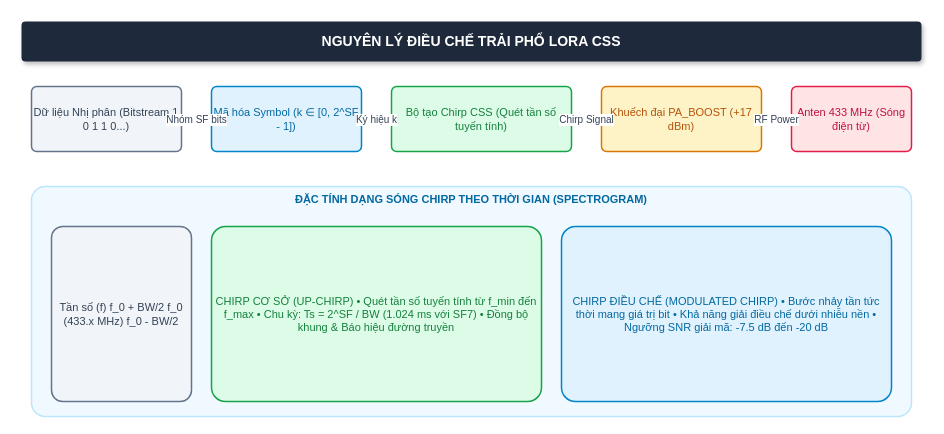
Brauuwu/LoRa_TinyML_Hopping keeps this draw.io diagram as page "02_nguyen_ly_dieu_che_lora_css" (2 of 13) of figs/full_project_diagrams.drawio. Above is the earlier version. Source tidied: cells renumbered, new cells numbered last; positions are measured from the earlier drawing's top-left corner, leaving out a move shared by most shapes. Both pictures are drawn from the tidied source at 100%, with x=0, y=0 at pixel (21, 21).
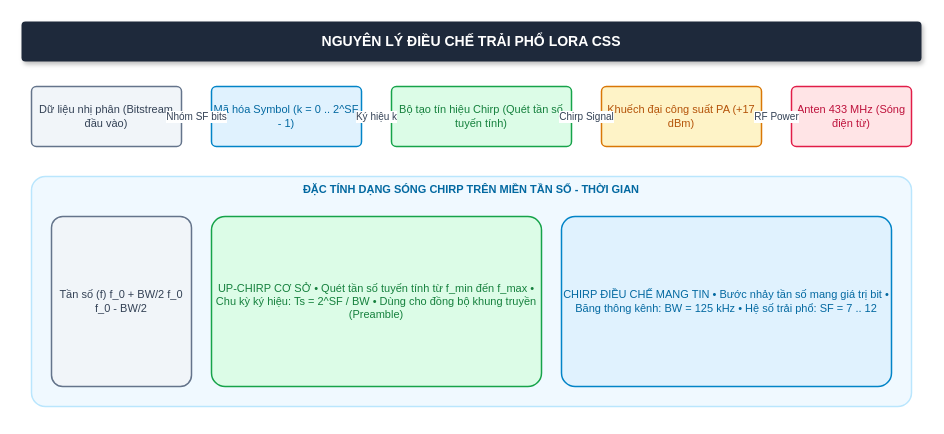
Above is the later version.

The edit, as a diff of the source:
```diff
@@
 <mxGraphModel background="#ffffff">
   <root>
     <mxCell id="0" />
     <mxCell id="1" parent="0" />
     <mxCell id="2" value="NGUYÊN LÝ ĐIỀU CHẾ TRẢI PHỔ LORA CSS" style="rounded=1;whiteSpace=wrap;html=1;fillColor=#1e293b;strokeColor=none;fontColor=#ffffff;fontStyle=1;fontSize=14;shadow=1;arcSize=10;" parent="1" vertex="1">
       <mxGeometry width="900" height="40" as="geometry" />
     </mxCell>
-    <mxCell id="3" value="Dữ liệu Nhị phân (Bitstream 1 0 1 1 0...)" style="rounded=1;whiteSpace=wrap;html=1;fillColor=#f1f5f9;strokeColor=#64748b;strokeWidth=1.5;fontColor=#334155;fontSize=11;arcSize=8;" parent="1" vertex="1">
-      <mxGeometry x="10" y="65" width="150" height="65" as="geometry" />
+    <mxCell id="3" value="Dữ liệu nhị phân (Bitstream đầu vào)" style="rounded=1;whiteSpace=wrap;html=1;fillColor=#f1f5f9;strokeColor=#64748b;strokeWidth=1.5;fontColor=#334155;fontSize=11;arcSize=8;" parent="1" vertex="1">
+      <mxGeometry x="10" y="65" width="150" height="60" as="geometry" />
     </mxCell>
-    <mxCell id="4" value="Mã hóa Symbol (k ∈ [0, 2^SF - 1])" style="rounded=1;whiteSpace=wrap;html=1;fillColor=#e0f2fe;strokeColor=#0284c7;strokeWidth=1.5;fontColor=#0369a1;fontSize=11;arcSize=8;" parent="1" vertex="1">
-      <mxGeometry x="190" y="65" width="150" height="65" as="geometry" />
+    <mxCell id="4" value="Mã hóa Symbol (k = 0 .. 2^SF - 1)" style="rounded=1;whiteSpace=wrap;html=1;fillColor=#e0f2fe;strokeColor=#0284c7;strokeWidth=1.5;fontColor=#0369a1;fontSize=11;arcSize=8;" parent="1" vertex="1">
+      <mxGeometry x="190" y="65" width="150" height="60" as="geometry" />
     </mxCell>
-    <mxCell id="5" value="Bộ tạo Chirp CSS (Quét tần số tuyến tính)" style="rounded=1;whiteSpace=wrap;html=1;fillColor=#dcfce7;strokeColor=#16a34a;strokeWidth=1.5;fontColor=#15803d;fontSize=11;arcSize=8;" parent="1" vertex="1">
-      <mxGeometry x="370" y="65" width="180" height="65" as="geometry" />
+    <mxCell id="5" value="Bộ tạo tín hiệu Chirp (Quét tần số tuyến tính)" style="rounded=1;whiteSpace=wrap;html=1;fillColor=#dcfce7;strokeColor=#16a34a;strokeWidth=1.5;fontColor=#15803d;fontSize=11;arcSize=8;" parent="1" vertex="1">
+      <mxGeometry x="370" y="65" width="180" height="60" as="geometry" />
     </mxCell>
-    <mxCell id="6" value="Khuếch đại PA_BOOST (+17 dBm)" style="rounded=1;whiteSpace=wrap;html=1;fillColor=#fef3c7;strokeColor=#d97706;strokeWidth=1.5;fontColor=#b45309;fontSize=11;arcSize=8;" parent="1" vertex="1">
-      <mxGeometry x="580" y="65" width="160" height="65" as="geometry" />
+    <mxCell id="6" value="Khuếch đại công suất PA (+17 dBm)" style="rounded=1;whiteSpace=wrap;html=1;fillColor=#fef3c7;strokeColor=#d97706;strokeWidth=1.5;fontColor=#b45309;fontSize=11;arcSize=8;" parent="1" vertex="1">
+      <mxGeometry x="580" y="65" width="160" height="60" as="geometry" />
     </mxCell>
     <mxCell id="7" value="Anten 433 MHz (Sóng điện từ)" style="rounded=1;whiteSpace=wrap;html=1;fillColor=#ffe4e6;strokeColor=#e11d48;strokeWidth=1.5;fontColor=#be123c;fontSize=11;arcSize=8;" parent="1" vertex="1">
-      <mxGeometry x="770" y="65" width="120" height="65" as="geometry" />
+      <mxGeometry x="770" y="65" width="120" height="60" as="geometry" />
     </mxCell>
     <mxCell id="8" value="Nhóm SF bits" style="edgeStyle=orthogonalEdgeStyle;rounded=1;jettySize=auto;html=1;strokeColor=#475569;strokeWidth=1.8;endArrow=block;endFill=1;fontColor=#334155;fontSize=10;" parent="1" edge="1" source="3" target="4">
       <mxGeometry relative="1" as="geometry" />
     </mxCell>
     <mxCell id="9" value="Ký hiệu k" style="edgeStyle=orthogonalEdgeStyle;rounded=1;jettySize=auto;html=1;strokeColor=#475569;strokeWidth=1.8;endArrow=block;endFill=1;fontColor=#334155;fontSize=10;" parent="1" edge="1" source="4" target="5">
       <mxGeometry relative="1" as="geometry" />
     </mxCell>
     <mxCell id="10" value="Chirp Signal" style="edgeStyle=orthogonalEdgeStyle;rounded=1;jettySize=auto;html=1;strokeColor=#475569;strokeWidth=1.8;endArrow=block;endFill=1;fontColor=#334155;fontSize=10;" parent="1" edge="1" source="5" target="6">
       <mxGeometry relative="1" as="geometry" />
     </mxCell>
     <mxCell id="11" value="RF Power" style="edgeStyle=orthogonalEdgeStyle;rounded=1;jettySize=auto;html=1;strokeColor=#475569;strokeWidth=1.8;endArrow=block;endFill=1;fontColor=#334155;fontSize=10;" parent="1" edge="1" source="6" target="7">
       <mxGeometry relative="1" as="geometry" />
     </mxCell>
-    <mxCell id="12" value="ĐẶC TÍNH DẠNG SÓNG CHIRP THEO THỜI GIAN (SPECTROGRAM)" style="rounded=1;whiteSpace=wrap;html=1;fillColor=#f0f9ff;strokeColor=#bae6fd;strokeWidth=1.5;verticalAlign=top;fontStyle=1;fontSize=11;fontColor=#0369a1;arcSize=6;" parent="1" vertex="1">
-      <mxGeometry x="10" y="165" width="880" height="230" as="geometry" />
+    <mxCell id="12" value="ĐẶC TÍNH DẠNG SÓNG CHIRP TRÊN MIỀN TẦN SỐ - THỜI GIAN" style="rounded=1;whiteSpace=wrap;html=1;fillColor=#f0f9ff;strokeColor=#bae6fd;strokeWidth=1.5;verticalAlign=top;fontStyle=1;fontSize=11;fontColor=#0369a1;arcSize=6;" parent="1" vertex="1">
+      <mxGeometry x="10" y="155" width="880" height="230" as="geometry" />
     </mxCell>
-    <mxCell id="13" value="Tần số (f)  f_0 + BW/2  f_0 (433.x MHz)  f_0 - BW/2" style="rounded=1;whiteSpace=wrap;html=1;fillColor=#f1f5f9;strokeColor=#64748b;strokeWidth=1.5;fontColor=#334155;fontSize=11;arcSize=8;" parent="1" vertex="1">
-      <mxGeometry x="30" y="205" width="140" height="175" as="geometry" />
+    <mxCell id="13" value="Tần số (f)  f_0 + BW/2  f_0  f_0 - BW/2" style="rounded=1;whiteSpace=wrap;html=1;fillColor=#f1f5f9;strokeColor=#64748b;strokeWidth=1.5;fontColor=#334155;fontSize=11;arcSize=8;" parent="1" vertex="1">
+      <mxGeometry x="30" y="195" width="140" height="170" as="geometry" />
     </mxCell>
-    <mxCell id="14" value="CHIRP CƠ SỞ (UP-CHIRP)  • Quét tần số tuyến tính từ f_min đến f_max • Chu kỳ: Ts = 2^SF / BW (1.024 ms với SF7) • Đồng bộ khung &amp; Báo hiệu đường truyền" style="rounded=1;whiteSpace=wrap;html=1;fillColor=#dcfce7;strokeColor=#16a34a;strokeWidth=1.5;fontColor=#15803d;fontSize=11;arcSize=8;" parent="1" vertex="1">
-      <mxGeometry x="190" y="205" width="330" height="175" as="geometry" />
+    <mxCell id="14" value="UP-CHIRP CƠ SỞ  • Quét tần số tuyến tính từ f_min đến f_max • Chu kỳ ký hiệu: Ts = 2^SF / BW • Dùng cho đồng bộ khung truyền (Preamble)" style="rounded=1;whiteSpace=wrap;html=1;fillColor=#dcfce7;strokeColor=#16a34a;strokeWidth=1.5;fontColor=#15803d;fontSize=11;arcSize=8;" parent="1" vertex="1">
+      <mxGeometry x="190" y="195" width="330" height="170" as="geometry" />
     </mxCell>
-    <mxCell id="15" value="CHIRP ĐIỀU CHẾ (MODULATED CHIRP)  • Bước nhảy tần tức thời mang giá trị bit • Khả năng giải điều chế dưới nhiễu nền • Ngưỡng SNR giải mã: -7.5 dB đến -20 dB" style="rounded=1;whiteSpace=wrap;html=1;fillColor=#e0f2fe;strokeColor=#0284c7;strokeWidth=1.5;fontColor=#0369a1;fontSize=11;arcSize=8;" parent="1" vertex="1">
-      <mxGeometry x="540" y="205" width="330" height="175" as="geometry" />
+    <mxCell id="15" value="CHIRP ĐIỀU CHẾ MANG TIN  • Bước nhảy tần số mang giá trị bit • Băng thông kênh: BW = 125 kHz • Hệ số trải phổ: SF = 7 .. 12" style="rounded=1;whiteSpace=wrap;html=1;fillColor=#e0f2fe;strokeColor=#0284c7;strokeWidth=1.5;fontColor=#0369a1;fontSize=11;arcSize=8;" parent="1" vertex="1">
+      <mxGeometry x="540" y="195" width="330" height="170" as="geometry" />
     </mxCell>
   </root>
 </mxGraphModel>
```
